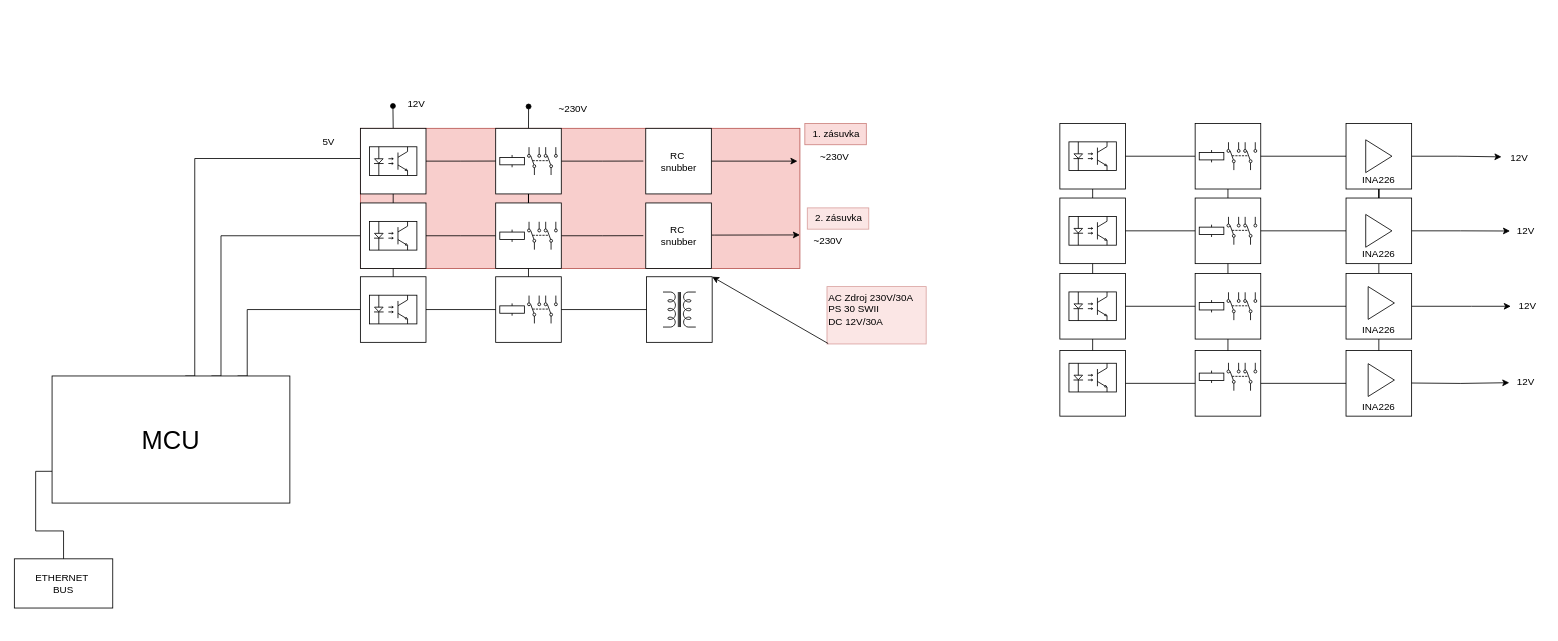
This is blokove_schema.drawio from AdminTextilka/Bakalarka, a draw.io file, before an edit. Source tidied: cells renumbered, new cells numbered last; positions are measured from the earlier drawing's top-left corner, leaving out a move shared by most shapes. Both pictures are drawn from the tidied source at 82%, with x=0, y=0 at pixel (14, 93).
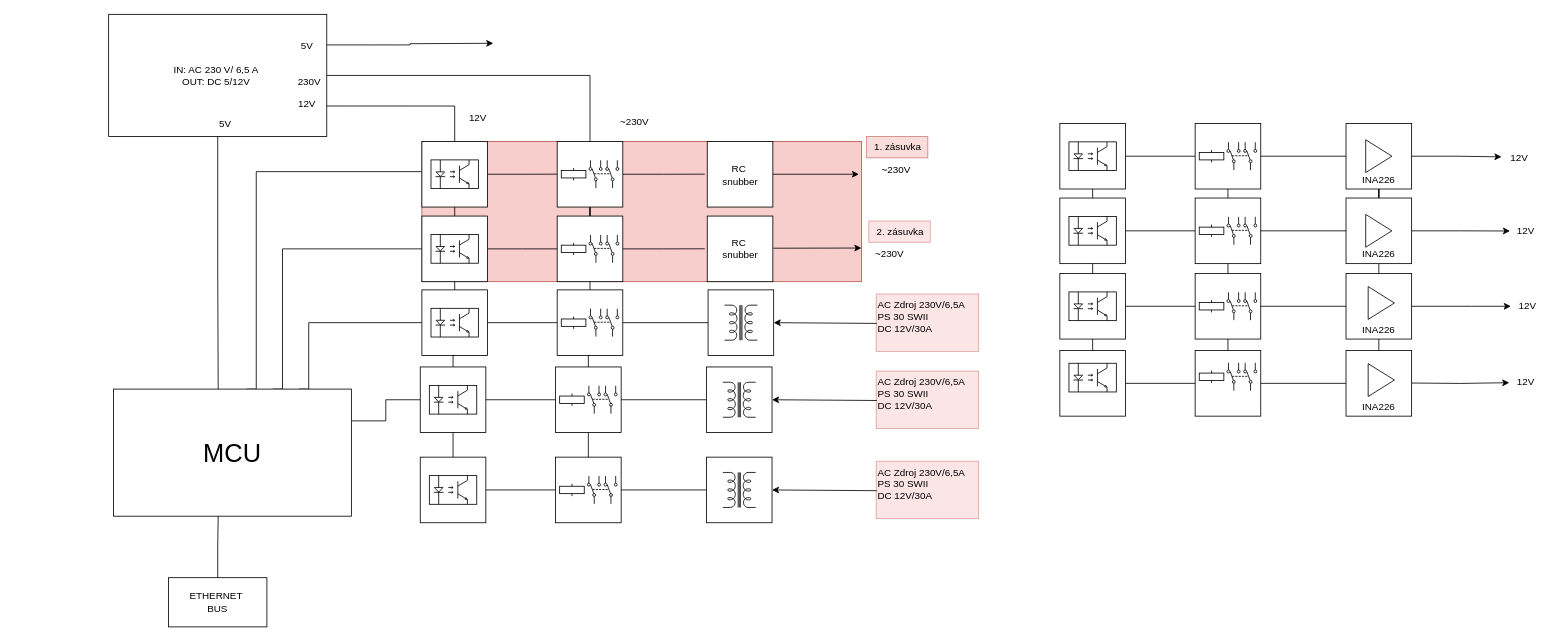
After the change.

Unchanged cells that the change refers to:
```xml
<mxCell id="22" style="whiteSpace=wrap;html=1;" parent="21" vertex="1">
  <mxGeometry width="80" height="80" as="geometry" />
</mxCell>
<mxCell id="25" style="whiteSpace=wrap;html=1;" parent="24" vertex="1">
  <mxGeometry width="80" height="80" as="geometry" />
</mxCell>
<mxCell id="28" style="whiteSpace=wrap;html=1;" parent="27" vertex="1">
  <mxGeometry width="80" height="80" as="geometry" />
</mxCell>
<mxCell id="91" style="group;" parent="90" vertex="1">
  <mxGeometry x="165" width="80" height="80" as="geometry" />
</mxCell>
<mxCell id="94" style="whiteSpace=wrap;html=1;" parent="91" vertex="1">
  <mxGeometry width="80" height="80" as="geometry" />
</mxCell>
<mxCell id="100" style="whiteSpace=wrap;html=1;" parent="97" vertex="1">
  <mxGeometry width="80" height="80" as="geometry" />
</mxCell>
<mxCell id="110" style="whiteSpace=wrap;html=1;" parent="105" vertex="1">
  <mxGeometry width="80" height="80" as="geometry" />
</mxCell>
```

Diff of the diagram source:
```diff
@@
     <mxCell id="2" value="~230V" style="text;html=1;align=center;verticalAlign=middle;strokeColor=none;fillColor=none;" parent="1" vertex="1">
-      <mxGeometry x="653" y="4" width="55" height="30" as="geometry" />
+      <mxGeometry x="728" y="20" width="55" height="30" as="geometry" />
     </mxCell>
     <mxCell id="3" value="~230V" style="text;html=1;align=center;verticalAlign=middle;strokeColor=none;fillColor=none;" parent="1" vertex="1">
-      <mxGeometry x="972" y="62" width="55" height="30" as="geometry" />
+      <mxGeometry x="1047" y="78" width="55" height="30" as="geometry" />
     </mxCell>
     <mxCell id="4" value="~230V" style="text;html=1;align=center;verticalAlign=middle;strokeColor=none;fillColor=none;" parent="1" vertex="1">
-      <mxGeometry x="964.5" y="165" width="55" height="30" as="geometry" />
+      <mxGeometry x="1039.5" y="181" width="55" height="30" as="geometry" />
     </mxCell>
     <mxCell id="5" value="ETHERNET&amp;nbsp;&lt;br&gt;BUS" style="rounded=0;whiteSpace=wrap;html=1;" parent="1" vertex="1">
-      <mxGeometry y="567" width="120" height="60" as="geometry" />
+      <mxGeometry x="188" y="590" width="120" height="60" as="geometry" />
     </mxCell>
-    <mxCell id="6" value="5V" style="text;html=1;align=center;verticalAlign=middle;strokeColor=none;fillColor=none;" parent="1" vertex="1">
-      <mxGeometry x="365" y="44" width="35" height="30" as="geometry" />
-    </mxCell>
     <mxCell id="7" value="1. zásuvka" style="text;html=1;align=center;verticalAlign=middle;strokeColor=#b85450;fillColor=#f8cecc;opacity=70;" parent="1" vertex="1">
-      <mxGeometry x="964" y="36" width="75" height="26" as="geometry" />
+      <mxGeometry x="1039" y="52" width="75" height="26" as="geometry" />
     </mxCell>
     <mxCell id="8" value="2. zásuvka" style="text;html=1;align=center;verticalAlign=middle;strokeColor=#b85450;fillColor=#f8cecc;opacity=50;" parent="1" vertex="1">
-      <mxGeometry x="967" y="139" width="75" height="26" as="geometry" />
+      <mxGeometry x="1042" y="155" width="75" height="26" as="geometry" />
     </mxCell>
-    <mxCell id="9" value="AC Zdroj 230V/30A&lt;br&gt;PS 30 SWII&lt;br&gt;DC 12V&lt;span style=&quot;background-color: initial;&quot;&gt;/30A&lt;/span&gt;&lt;div&gt;&lt;div&gt;&lt;br&gt;&lt;/div&gt;&lt;/div&gt;" style="text;html=1;align=left;verticalAlign=middle;points=[];strokeColor=#b85450;fillColor=#f8cecc;opacity=50;" parent="1" vertex="1">
-      <mxGeometry x="991" y="235" width="121" height="70" as="geometry" />
+    <mxCell id="9" value="AC Zdroj 230V/6,5A&lt;br&gt;PS 30 SWII&lt;br&gt;DC 12V&lt;span style=&quot;background-color: initial;&quot;&gt;/30A&lt;/span&gt;&lt;div&gt;&lt;div&gt;&lt;br&gt;&lt;/div&gt;&lt;/div&gt;" style="text;html=1;align=left;verticalAlign=middle;points=[];strokeColor=#b85450;fillColor=#f8cecc;opacity=50;" parent="1" vertex="1">
+      <mxGeometry x="1051" y="244" width="125" height="70" as="geometry" />
     </mxCell>
-    <mxCell id="10" style="endArrow=classic;html=1;rounded=0;exitX=0.012;exitY=0.992;exitDx=0;exitDy=0;exitPerimeter=0;entryX=1;entryY=0;entryDx=0;entryDy=0;" parent="1" edge="1" source="9" target="22">
+    <mxCell id="10" style="endArrow=classic;html=1;rounded=0;exitX=0.006;exitY=0.513;exitDx=0;exitDy=0;exitPerimeter=0;entryX=1;entryY=0.5;entryDx=0;entryDy=0;" parent="1" edge="1" source="9" target="22">
       <mxGeometry relative="1" as="geometry" />
     </mxCell>
@@
     <mxCell id="15" style="edgeStyle=orthogonalEdgeStyle;rounded=0;jettySize=auto;html=1;exitX=0.67;exitY=0;exitDx=0;exitDy=0;exitPerimeter=0;entryX=0;entryY=0.5;entryDx=0;entryDy=0;endArrow=none;endFill=0;" parent="1" edge="1" source="18" target="110">
       <mxGeometry relative="1" as="geometry">
         <Array as="points">
-          <mxPoint x="252" y="344" />
-          <mxPoint x="252" y="173" />
+          <mxPoint x="327" y="360" />
+          <mxPoint x="327" y="189" />
         </Array>
       </mxGeometry>
     </mxCell>
     <mxCell id="16" style="edgeStyle=orthogonalEdgeStyle;rounded=0;jettySize=auto;html=1;exitX=0.56;exitY=0;exitDx=0;exitDy=0;exitPerimeter=0;endArrow=none;endFill=0;entryX=-0.003;entryY=0.46;entryDx=0;entryDy=0;entryPerimeter=0;" parent="1" edge="1" source="18" target="100">
       <mxGeometry relative="1" as="geometry">
         <Array as="points">
-          <mxPoint x="220" y="79" />
+          <mxPoint x="295" y="95" />
         </Array>
       </mxGeometry>
     </mxCell>
     <mxCell id="17" style="edgeStyle=orthogonalEdgeStyle;rounded=0;jettySize=auto;html=1;exitX=0.78;exitY=0;exitDx=0;exitDy=0;exitPerimeter=0;entryX=0;entryY=0.5;entryDx=0;entryDy=0;endArrow=none;endFill=0;" parent="1" edge="1" source="18" target="25">
       <mxGeometry relative="1" as="geometry">
         <Array as="points">
-          <mxPoint x="284" y="344" />
-          <mxPoint x="284" y="263" />
+          <mxPoint x="359" y="360" />
+          <mxPoint x="359" y="279" />
         </Array>
       </mxGeometry>
     </mxCell>
+    <mxCell id="122" style="edgeStyle=orthogonalEdgeStyle;rounded=0;jettySize=auto;html=1;exitX=1;exitY=0.25;exitDx=0;exitDy=0;exitPerimeter=0;entryX=0;entryY=0.5;entryDx=0;entryDy=0;endArrow=none;endFill=0;" parent="1" edge="1" source="18" target="137">
+      <mxGeometry relative="1" as="geometry" />
+    </mxCell>
     <mxCell id="18" value="&lt;font style=&quot;font-size: 31px;&quot;&gt;MCU&lt;/font&gt;" style="rounded=0;whiteSpace=wrap;html=1;points=[[0,0,0,0,0],[0,0.25,0,0,0],[0,0.5,0,0,0],[0,0.75,0,0,0],[0,1,0,0,0],[0.11,0,0,0,0],[0.11,1,0,0,0],[0.22,0,0,0,0],[0.22,1,0,0,0],[0.33,0,0,0,0],[0.33,1,0,0,0],[0.44,0,0,0,0],[0.44,1,0,0,0],[0.56,0,0,0,0],[0.56,1,0,0,0],[0.67,0,0,0,0],[0.67,1,0,0,0],[0.78,0,0,0,0],[0.78,1,0,0,0],[0.89,0,0,0,0],[0.89,1,0,0,0],[1,0,0,0,0],[1,0.25,0,0,0],[1,0.5,0,0,0],[1,0.75,0,0,0],[1,1,0,0,0]];" parent="1" vertex="1">
-      <mxGeometry x="46" y="344" width="290" height="155" as="geometry" />
+      <mxGeometry x="121" y="360" width="290" height="155" as="geometry" />
     </mxCell>
-    <mxCell id="19" style="edgeStyle=orthogonalEdgeStyle;rounded=0;jettySize=auto;html=1;exitX=0.5;exitY=0;exitDx=0;exitDy=0;entryX=0;entryY=0.75;entryDx=0;entryDy=0;entryPerimeter=0;endArrow=none;endFill=0;" parent="1" edge="1" source="5" target="18">
+    <mxCell id="19" style="edgeStyle=orthogonalEdgeStyle;rounded=0;jettySize=auto;html=1;exitX=0.5;exitY=0;exitDx=0;exitDy=0;entryX=0.44;entryY=1;entryDx=0;entryDy=0;entryPerimeter=0;endArrow=none;endFill=0;" parent="1" edge="1" source="5" target="18">
       <mxGeometry relative="1" as="geometry" />
     </mxCell>
@@
     <mxCell id="21" style="group;" parent="1" vertex="1">
-      <mxGeometry x="771" y="223" width="80" height="80" as="geometry" />
+      <mxGeometry x="846" y="239" width="80" height="80" as="geometry" />
     </mxCell>
@@
     <mxCell id="24" style="group;" parent="1" vertex="1">
-      <mxGeometry x="422" y="223" width="80" height="80" as="geometry" />
+      <mxGeometry x="497" y="239" width="80" height="80" as="geometry" />
     </mxCell>
@@
     <mxCell id="27" style="group;" parent="1" vertex="1">
-      <mxGeometry x="587" y="223" width="80" height="80" as="geometry" />
+      <mxGeometry x="662" y="239" width="80" height="80" as="geometry" />
     </mxCell>
@@
     <mxCell id="86" value="12&lt;span style=&quot;background-color: initial;&quot;&gt;V&lt;/span&gt;" style="text;html=1;align=center;verticalAlign=middle;strokeColor=none;fillColor=none;" parent="1" vertex="1">
-      <mxGeometry x="470" width="39" height="26" as="geometry" />
+      <mxGeometry x="545" y="16" width="39" height="26" as="geometry" />
     </mxCell>
@@
     <mxCell id="88" style="group;fillColor=#f8cecc;strokeColor=#b85450;" parent="1" vertex="1">
-      <mxGeometry x="422" y="42" width="536" height="171" as="geometry" />
+      <mxGeometry x="497" y="58" width="536" height="171" as="geometry" />
     </mxCell>
@@
     <mxCell id="90" style="group;" parent="88" vertex="1">
-      <mxGeometry width="533" height="80" as="geometry" />
+      <mxGeometry width="533" height="87" as="geometry" />
     </mxCell>
@@
-    <mxCell id="93" style="edgeStyle=orthogonalEdgeStyle;rounded=0;jettySize=auto;html=1;exitX=0.5;exitY=0;exitDx=0;exitDy=0;endArrow=oval;endFill=1;" parent="91" edge="1" source="94">
-      <mxGeometry relative="1" as="geometry">
-        <mxPoint x="40.1" y="-26.6" as="targetPoint" />
-      </mxGeometry>
-    </mxCell>
@@
     <mxCell id="97" style="group;" parent="90" vertex="1">
-      <mxGeometry width="100" height="80" as="geometry" />
+      <mxGeometry width="115.7" height="87" as="geometry" />
     </mxCell>
@@
-    <mxCell id="99" style="edgeStyle=orthogonalEdgeStyle;rounded=0;jettySize=auto;html=1;exitX=0.5;exitY=0;exitDx=0;exitDy=0;endArrow=oval;endFill=1;" parent="97" edge="1" source="100">
-      <mxGeometry relative="1" as="geometry">
-        <mxPoint x="39.7" y="-27.2" as="targetPoint" />
-      </mxGeometry>
-    </mxCell>
@@
+    <mxCell id="123" style="edgeStyle=orthogonalEdgeStyle;rounded=0;jettySize=auto;html=1;exitX=1;exitY=0.75;exitDx=0;exitDy=0;entryX=0.5;entryY=0;entryDx=0;entryDy=0;endArrow=none;endFill=0;" parent="1" edge="1" source="126" target="100">
+      <mxGeometry relative="1" as="geometry" />
+    </mxCell>
+    <mxCell id="124" style="edgeStyle=orthogonalEdgeStyle;rounded=0;jettySize=auto;html=1;exitX=1;exitY=0.25;exitDx=0;exitDy=0;" parent="1" edge="1" source="126">
+      <mxGeometry relative="1" as="geometry">
+        <mxPoint x="584.1" y="-61.7" as="targetPoint" />
+      </mxGeometry>
+    </mxCell>
+    <mxCell id="125" style="edgeStyle=orthogonalEdgeStyle;rounded=0;jettySize=auto;html=1;exitX=1;exitY=0.5;exitDx=0;exitDy=0;entryX=0.5;entryY=0;entryDx=0;entryDy=0;endArrow=none;endFill=0;" parent="1" edge="1" source="126" target="94">
+      <mxGeometry relative="1" as="geometry" />
+    </mxCell>
+    <mxCell id="126" value="IN: AC 230 V/ 6,5 A&amp;nbsp;&lt;br&gt;OUT: DC 5/12V&amp;nbsp;" style="rounded=0;whiteSpace=wrap;html=1;" parent="1" vertex="1">
+      <mxGeometry x="115" y="-97" width="266" height="149" as="geometry" />
+    </mxCell>
+    <mxCell id="127" value="12V" style="text;html=1;align=center;verticalAlign=middle;whiteSpace=wrap;rounded=0;" parent="1" vertex="1">
+      <mxGeometry x="327" y="-2" width="60" height="30" as="geometry" />
+    </mxCell>
+    <mxCell id="128" value="5V" style="text;html=1;align=center;verticalAlign=middle;whiteSpace=wrap;rounded=0;" parent="1" vertex="1">
+      <mxGeometry x="327" y="-73" width="60" height="30" as="geometry" />
+    </mxCell>
+    <mxCell id="129" value="230V" style="text;html=1;align=center;verticalAlign=middle;whiteSpace=wrap;rounded=0;" parent="1" vertex="1">
+      <mxGeometry x="330" y="-29.5" width="60" height="30" as="geometry" />
+    </mxCell>
+    <mxCell id="6" value="5V" style="text;html=1;align=center;verticalAlign=middle;strokeColor=none;fillColor=none;" parent="1" vertex="1">
+      <mxGeometry x="239" y="22" width="35" height="30" as="geometry" />
+    </mxCell>
+    <mxCell id="130" style="edgeStyle=orthogonalEdgeStyle;rounded=0;jettySize=auto;html=1;exitX=0.5;exitY=1;exitDx=0;exitDy=0;entryX=0.44;entryY=0;entryDx=0;entryDy=0;entryPerimeter=0;endArrow=none;endFill=0;" parent="1" edge="1" source="126" target="18">
+      <mxGeometry relative="1" as="geometry" />
+    </mxCell>
+    <mxCell id="131" value="AC Zdroj 230V/6,5A&lt;br&gt;PS 30 SWII&lt;br&gt;DC 12V&lt;span style=&quot;background-color: initial;&quot;&gt;/30A&lt;/span&gt;&lt;div&gt;&lt;div&gt;&lt;br&gt;&lt;/div&gt;&lt;/div&gt;" style="text;html=1;align=left;verticalAlign=middle;points=[];strokeColor=#b85450;fillColor=#f8cecc;opacity=50;" parent="1" vertex="1">
+      <mxGeometry x="1051" y="338" width="125" height="70" as="geometry" />
+    </mxCell>
+    <mxCell id="132" style="endArrow=classic;html=1;rounded=0;exitX=0.006;exitY=0.513;exitDx=0;exitDy=0;exitPerimeter=0;entryX=1;entryY=0.5;entryDx=0;entryDy=0;" parent="1" edge="1" source="131" target="134">
+      <mxGeometry relative="1" as="geometry" />
+    </mxCell>
+    <mxCell id="133" style="group;" parent="1" vertex="1">
+      <mxGeometry x="844" y="333" width="80" height="80" as="geometry" />
+    </mxCell>
+    <mxCell id="134" style="whiteSpace=wrap;html=1;" parent="133" vertex="1">
+      <mxGeometry width="80" height="80" as="geometry" />
+    </mxCell>
+    <mxCell id="135" style="verticalLabelPosition=bottom;shadow=0;dashed=0;align=center;html=1;verticalAlign=top;shape=mxgraph.electrical.inductors.transformer_2;rotation=-90;" parent="133" vertex="1">
+      <mxGeometry x="18.7" y="20" width="42.7" height="40" as="geometry" />
+    </mxCell>
+    <mxCell id="136" style="group;" parent="1" vertex="1">
+      <mxGeometry x="495" y="333" width="80" height="80" as="geometry" />
+    </mxCell>
+    <mxCell id="137" style="whiteSpace=wrap;html=1;" parent="136" vertex="1">
+      <mxGeometry width="80" height="80" as="geometry" />
+    </mxCell>
+    <mxCell id="138" style="verticalLabelPosition=bottom;shadow=0;dashed=0;align=center;html=1;verticalAlign=top;shape=mxgraph.electrical.opto_electronics.opto-coupler;" parent="136" vertex="1">
+      <mxGeometry x="11.1" y="22.5" width="57.8" height="35" as="geometry" />
+    </mxCell>
+    <mxCell id="139" style="group;" parent="1" vertex="1">
+      <mxGeometry x="660" y="333" width="80" height="80" as="geometry" />
+    </mxCell>
+    <mxCell id="140" style="whiteSpace=wrap;html=1;" parent="139" vertex="1">
+      <mxGeometry width="80" height="80" as="geometry" />
+    </mxCell>
+    <mxCell id="141" style="verticalLabelPosition=bottom;shadow=0;dashed=0;align=center;html=1;verticalAlign=top;shape=mxgraph.electrical.electro-mechanical.dpdt3;elSwitchState=1;rotation=-90;" parent="139" vertex="1">
+      <mxGeometry x="40" y="21.8" width="34" height="36.3" as="geometry" />
+    </mxCell>
+    <mxCell id="142" style="verticalLabelPosition=bottom;shadow=0;dashed=0;align=center;html=1;verticalAlign=top;shape=mxgraph.electrical.electro-mechanical.relay_coil;" parent="139" vertex="1">
+      <mxGeometry x="5" y="32.5" width="30" height="15" as="geometry" />
+    </mxCell>
+    <mxCell id="143" style="edgeStyle=orthogonalEdgeStyle;rounded=0;jettySize=auto;html=1;entryX=0;entryY=0.5;entryDx=0;entryDy=0;endArrow=none;endFill=0;" parent="1" edge="1" source="137" target="140">
+      <mxGeometry relative="1" as="geometry" />
+    </mxCell>
+    <mxCell id="144" style="edgeStyle=orthogonalEdgeStyle;rounded=0;jettySize=auto;html=1;entryX=0;entryY=0.5;entryDx=0;entryDy=0;endArrow=none;endFill=0;" parent="1" edge="1" source="140" target="134">
+      <mxGeometry relative="1" as="geometry" />
+    </mxCell>
+    <mxCell id="145" style="edgeStyle=orthogonalEdgeStyle;rounded=0;jettySize=auto;html=1;exitX=0.5;exitY=1;exitDx=0;exitDy=0;entryX=0.5;entryY=0;entryDx=0;entryDy=0;endArrow=none;endFill=0;" parent="1" edge="1" source="25" target="137">
+      <mxGeometry relative="1" as="geometry" />
+    </mxCell>
+    <mxCell id="146" style="edgeStyle=orthogonalEdgeStyle;rounded=0;jettySize=auto;html=1;exitX=0.5;exitY=1;exitDx=0;exitDy=0;entryX=0.5;entryY=0;entryDx=0;entryDy=0;endArrow=none;endFill=0;" parent="1" edge="1" source="28" target="140">
+      <mxGeometry relative="1" as="geometry" />
+    </mxCell>
+    <mxCell id="147" value="AC Zdroj 230V/6,5A&lt;br&gt;PS 30 SWII&lt;br&gt;DC 12V&lt;span style=&quot;background-color: initial;&quot;&gt;/30A&lt;/span&gt;&lt;div&gt;&lt;div&gt;&lt;br&gt;&lt;/div&gt;&lt;/div&gt;" style="text;html=1;align=left;verticalAlign=middle;points=[];strokeColor=#b85450;fillColor=#f8cecc;opacity=50;" parent="1" vertex="1">
+      <mxGeometry x="1051" y="448" width="125" height="70" as="geometry" />
+    </mxCell>
+    <mxCell id="148" style="endArrow=classic;html=1;rounded=0;exitX=0.006;exitY=0.513;exitDx=0;exitDy=0;exitPerimeter=0;entryX=1;entryY=0.5;entryDx=0;entryDy=0;" parent="1" edge="1" source="147" target="150">
+      <mxGeometry relative="1" as="geometry" />
+    </mxCell>
+    <mxCell id="149" style="group;" parent="1" vertex="1">
+      <mxGeometry x="844" y="443" width="80" height="80" as="geometry" />
+    </mxCell>
+    <mxCell id="150" style="whiteSpace=wrap;html=1;" parent="149" vertex="1">
+      <mxGeometry width="80" height="80" as="geometry" />
+    </mxCell>
+    <mxCell id="151" style="verticalLabelPosition=bottom;shadow=0;dashed=0;align=center;html=1;verticalAlign=top;shape=mxgraph.electrical.inductors.transformer_2;rotation=-90;" parent="149" vertex="1">
+      <mxGeometry x="18.7" y="20" width="42.7" height="40" as="geometry" />
+    </mxCell>
+    <mxCell id="152" style="group;" parent="1" vertex="1">
+      <mxGeometry x="495" y="443" width="80" height="80" as="geometry" />
+    </mxCell>
+    <mxCell id="153" style="whiteSpace=wrap;html=1;" parent="152" vertex="1">
+      <mxGeometry width="80" height="80" as="geometry" />
+    </mxCell>
+    <mxCell id="154" style="verticalLabelPosition=bottom;shadow=0;dashed=0;align=center;html=1;verticalAlign=top;shape=mxgraph.electrical.opto_electronics.opto-coupler;" parent="152" vertex="1">
+      <mxGeometry x="11.1" y="22.5" width="57.8" height="35" as="geometry" />
+    </mxCell>
+    <mxCell id="155" style="group;" parent="1" vertex="1">
+      <mxGeometry x="660" y="443" width="80" height="80" as="geometry" />
+    </mxCell>
+    <mxCell id="156" style="whiteSpace=wrap;html=1;" parent="155" vertex="1">
+      <mxGeometry width="80" height="80" as="geometry" />
+    </mxCell>
+    <mxCell id="157" style="verticalLabelPosition=bottom;shadow=0;dashed=0;align=center;html=1;verticalAlign=top;shape=mxgraph.electrical.electro-mechanical.dpdt3;elSwitchState=1;rotation=-90;" parent="155" vertex="1">
+      <mxGeometry x="40" y="21.8" width="34" height="36.3" as="geometry" />
+    </mxCell>
+    <mxCell id="158" style="verticalLabelPosition=bottom;shadow=0;dashed=0;align=center;html=1;verticalAlign=top;shape=mxgraph.electrical.electro-mechanical.relay_coil;" parent="155" vertex="1">
+      <mxGeometry x="5" y="32.5" width="30" height="15" as="geometry" />
+    </mxCell>
+    <mxCell id="159" style="edgeStyle=orthogonalEdgeStyle;rounded=0;jettySize=auto;html=1;entryX=0;entryY=0.5;entryDx=0;entryDy=0;endArrow=none;endFill=0;" parent="1" edge="1" source="153" target="156">
+      <mxGeometry relative="1" as="geometry" />
+    </mxCell>
+    <mxCell id="160" style="edgeStyle=orthogonalEdgeStyle;rounded=0;jettySize=auto;html=1;entryX=0;entryY=0.5;entryDx=0;entryDy=0;endArrow=none;endFill=0;" parent="1" edge="1" source="156" target="150">
+      <mxGeometry relative="1" as="geometry" />
+    </mxCell>
+    <mxCell id="161" style="edgeStyle=orthogonalEdgeStyle;rounded=0;jettySize=auto;html=1;exitX=0.5;exitY=1;exitDx=0;exitDy=0;entryX=0.5;entryY=0;entryDx=0;entryDy=0;endArrow=none;endFill=0;" parent="1" edge="1" source="137" target="153">
+      <mxGeometry relative="1" as="geometry" />
+    </mxCell>
+    <mxCell id="162" style="edgeStyle=orthogonalEdgeStyle;rounded=0;jettySize=auto;html=1;exitX=0.5;exitY=1;exitDx=0;exitDy=0;entryX=0.5;entryY=0;entryDx=0;entryDy=0;endArrow=none;endFill=0;" parent="1" edge="1" source="140" target="156">
+      <mxGeometry relative="1" as="geometry" />
+    </mxCell>
```
